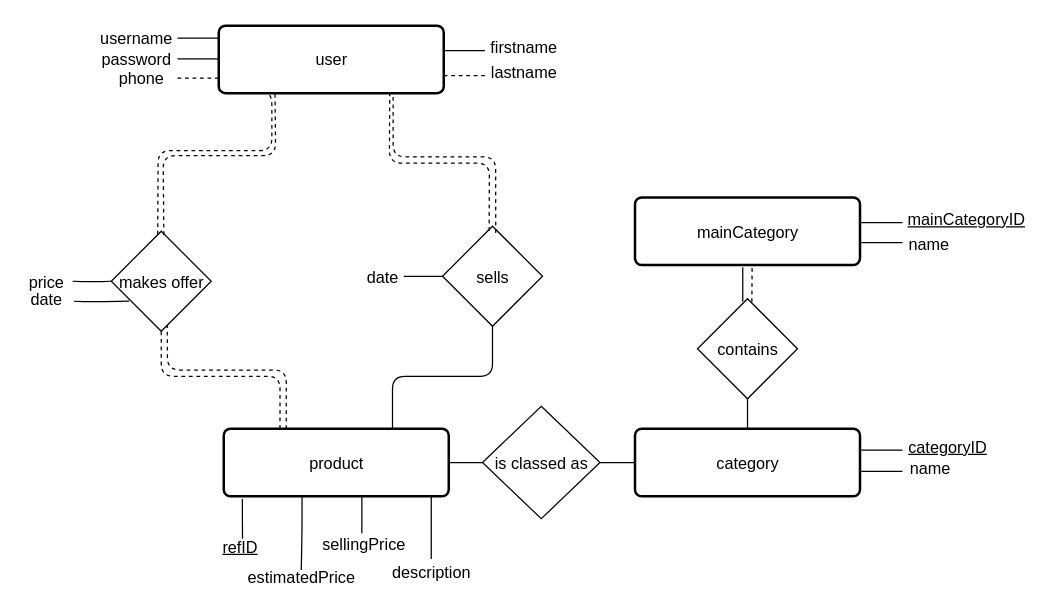
This is modeleEA/modeleEA.drawio from JonathanCaspar/Database-Project, a draw.io file, before an edit. Source tidied: cells renumbered, new cells numbered last; positions are measured from the earlier drawing's top-left corner, leaving out a move shared by most shapes. Both pictures are drawn from the tidied source at 125%, with x=0, y=0 at pixel (21, 25).
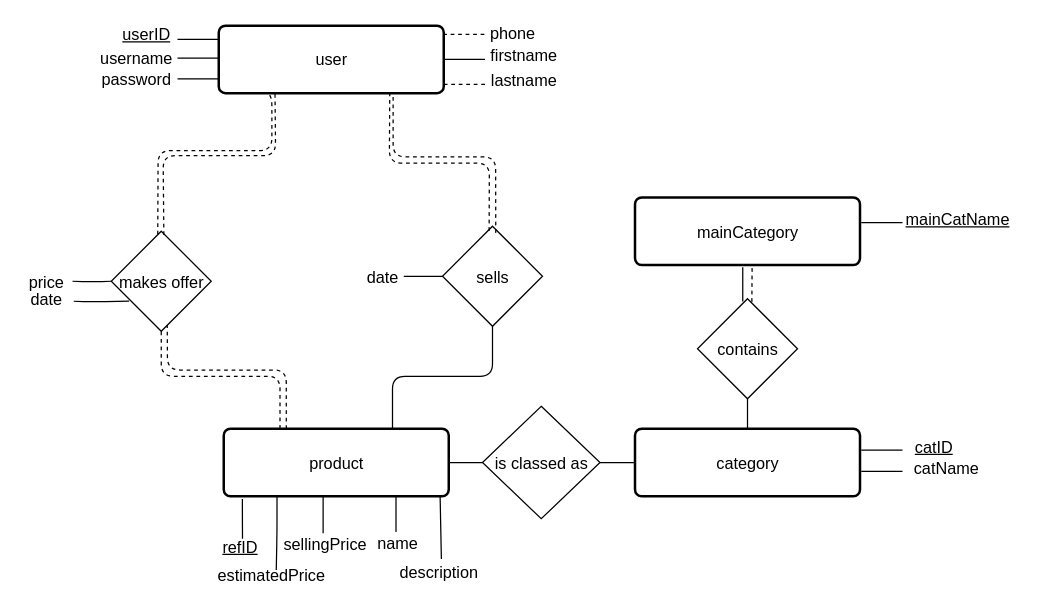
The same page after the edit.

The change refers to these unchanged cells:
```xml
<mxCell id="2" value="product&lt;br style=&quot;font-size: 13px;&quot;&gt;" style="strokeWidth=2;rounded=1;arcSize=10;whiteSpace=wrap;html=1;align=center;fontSize=13;" parent="1" vertex="1">
  <mxGeometry x="161.5" y="322.5" width="180" height="54" as="geometry" />
</mxCell>
```

Diff of the diagram source:
```diff
@@
     <mxCell id="6" style="endArrow=none;html=1;edgeStyle=orthogonalEdgeStyle;fontSize=13;fontColor=none;" parent="1" edge="1">
       <mxGeometry relative="1" as="geometry">
-        <mxPoint x="124.5" y="10" as="sourcePoint" />
-        <mxPoint x="157.5" y="10" as="targetPoint" />
+        <mxPoint x="124.5" y="26" as="sourcePoint" />
+        <mxPoint x="157.5" y="26" as="targetPoint" />
       </mxGeometry>
     </mxCell>
     <mxCell id="7" style="endArrow=none;html=1;edgeStyle=orthogonalEdgeStyle;fontSize=13;fontColor=none;" parent="1" edge="1">
       <mxGeometry relative="1" as="geometry">
-        <mxPoint x="124.5" y="26.5" as="sourcePoint" />
-        <mxPoint x="157.5" y="26.5" as="targetPoint" />
+        <mxPoint x="124.5" y="42.5" as="sourcePoint" />
+        <mxPoint x="157.5" y="42.5" as="targetPoint" />
       </mxGeometry>
     </mxCell>
     <mxCell id="8" style="endArrow=none;html=1;edgeStyle=orthogonalEdgeStyle;fontSize=13;fontColor=none;dashed=1;" parent="1" edge="1">
       <mxGeometry relative="1" as="geometry">
-        <mxPoint x="124.5" y="42" as="sourcePoint" />
-        <mxPoint x="157.5" y="42" as="targetPoint" />
+        <mxPoint x="337" y="7" as="sourcePoint" />
+        <mxPoint x="370" y="7" as="targetPoint" />
       </mxGeometry>
     </mxCell>
     <mxCell id="9" style="endArrow=none;html=1;edgeStyle=orthogonalEdgeStyle;fontSize=13;fontColor=none;" parent="1" edge="1">
       <mxGeometry relative="1" as="geometry">
-        <mxPoint x="337.5" y="20" as="sourcePoint" />
-        <mxPoint x="370.5" y="20" as="targetPoint" />
+        <mxPoint x="337.5" y="27" as="sourcePoint" />
+        <mxPoint x="370.5" y="27" as="targetPoint" />
       </mxGeometry>
     </mxCell>
     <mxCell id="10" style="endArrow=none;html=1;edgeStyle=orthogonalEdgeStyle;fontSize=13;fontColor=none;dashed=1;" parent="1" edge="1">
       <mxGeometry relative="1" as="geometry">
-        <mxPoint x="337.5" y="40" as="sourcePoint" />
-        <mxPoint x="370.5" y="40" as="targetPoint" />
+        <mxPoint x="337.5" y="47" as="sourcePoint" />
+        <mxPoint x="370.5" y="47" as="targetPoint" />
       </mxGeometry>
     </mxCell>
     <mxCell id="11" value="username" style="text;html=1;strokeColor=none;fillColor=none;align=center;verticalAlign=middle;whiteSpace=wrap;rounded=0;fontSize=13;fontColor=none;" parent="1" vertex="1">
-      <mxGeometry x="71.5" y="0.2" width="40" height="20" as="geometry" />
+      <mxGeometry x="71.5" y="16.2" width="40" height="20" as="geometry" />
     </mxCell>
     <mxCell id="12" value="password" style="text;html=1;strokeColor=none;fillColor=none;align=center;verticalAlign=middle;whiteSpace=wrap;rounded=0;fontSize=13;fontColor=none;" parent="1" vertex="1">
-      <mxGeometry x="71.5" y="17.2" width="40" height="20" as="geometry" />
+      <mxGeometry x="71.5" y="33.2" width="40" height="20" as="geometry" />
     </mxCell>
     <mxCell id="13" value="phone" style="text;html=1;strokeColor=none;fillColor=none;align=center;verticalAlign=middle;whiteSpace=wrap;rounded=0;fontSize=13;fontColor=none;" parent="1" vertex="1">
-      <mxGeometry x="75.5" y="32.2" width="40" height="20" as="geometry" />
+      <mxGeometry x="372.5" y="-3.8" width="40" height="20" as="geometry" />
     </mxCell>
     <mxCell id="14" value="firstname" style="text;html=1;strokeColor=none;fillColor=none;align=center;verticalAlign=middle;whiteSpace=wrap;rounded=0;fontSize=13;fontColor=none;" parent="1" vertex="1">
-      <mxGeometry x="381.5" y="7.2" width="40" height="20" as="geometry" />
+      <mxGeometry x="381.5" y="14.2" width="40" height="20" as="geometry" />
     </mxCell>
     <mxCell id="15" value="lastname" style="text;html=1;strokeColor=none;fillColor=none;align=center;verticalAlign=middle;whiteSpace=wrap;rounded=0;fontSize=13;fontColor=none;" parent="1" vertex="1">
-      <mxGeometry x="381.5" y="27.2" width="40" height="20" as="geometry" />
+      <mxGeometry x="381.5" y="34.2" width="40" height="20" as="geometry" />
     </mxCell>
@@
-    <mxCell id="28" value="mainCategoryID" style="text;html=1;strokeColor=none;fillColor=none;align=center;verticalAlign=middle;whiteSpace=wrap;rounded=0;fontSize=13;fontColor=none;fontStyle=4;" parent="1" vertex="1">
-      <mxGeometry x="735.5" y="144.7" width="40" height="20" as="geometry" />
+    <mxCell id="28" value="mainCatName" style="text;html=1;strokeColor=none;fillColor=none;align=center;verticalAlign=middle;whiteSpace=wrap;rounded=0;fontSize=13;fontColor=none;fontStyle=4;" parent="1" vertex="1">
+      <mxGeometry x="729" y="144.7" width="40" height="20" as="geometry" />
     </mxCell>
-    <mxCell id="29" style="endArrow=none;html=1;edgeStyle=orthogonalEdgeStyle;fontSize=13;fontColor=none;" parent="1" edge="1">
-      <mxGeometry relative="1" as="geometry">
-        <mxPoint x="671.5" y="173.5" as="sourcePoint" />
-        <mxPoint x="704.5" y="173.5" as="targetPoint" />
-      </mxGeometry>
-    </mxCell>
-    <mxCell id="30" value="name" style="text;html=1;strokeColor=none;fillColor=none;align=center;verticalAlign=middle;whiteSpace=wrap;rounded=0;fontSize=13;fontColor=none;fontStyle=0;" parent="1" vertex="1">
-      <mxGeometry x="706" y="164.7" width="40" height="20" as="geometry" />
-    </mxCell>
@@
-    <mxCell id="32" value="categoryID" style="text;html=1;strokeColor=none;fillColor=none;align=center;verticalAlign=middle;whiteSpace=wrap;rounded=0;fontSize=13;fontColor=none;fontStyle=4;" parent="1" vertex="1">
-      <mxGeometry x="720.5" y="326.7" width="40" height="20" as="geometry" />
+    <mxCell id="32" value="catID" style="text;html=1;strokeColor=none;fillColor=none;align=center;verticalAlign=middle;whiteSpace=wrap;rounded=0;fontSize=13;fontColor=none;fontStyle=4;" parent="1" vertex="1">
+      <mxGeometry x="710" y="326.7" width="40" height="20" as="geometry" />
     </mxCell>
@@
-    <mxCell id="34" value="name" style="text;html=1;strokeColor=none;fillColor=none;align=center;verticalAlign=middle;whiteSpace=wrap;rounded=0;fontSize=13;fontColor=none;fontStyle=0;" parent="1" vertex="1">
-      <mxGeometry x="706.5" y="343.7" width="40" height="20" as="geometry" />
+    <mxCell id="34" value="catName" style="text;html=1;strokeColor=none;fillColor=none;align=center;verticalAlign=middle;whiteSpace=wrap;rounded=0;fontSize=13;fontColor=none;fontStyle=0;" parent="1" vertex="1">
+      <mxGeometry x="720" y="343.7" width="40" height="20" as="geometry" />
     </mxCell>
@@
-    <mxCell id="37" style="endArrow=none;html=1;edgeStyle=orthogonalEdgeStyle;fontSize=13;fontColor=none;exitX=0.348;exitY=1.006;exitDx=0;exitDy=0;exitPerimeter=0;" parent="1" edge="1" source="2">
+    <mxCell id="37" style="endArrow=none;html=1;edgeStyle=orthogonalEdgeStyle;fontSize=13;fontColor=none;exitX=0.348;exitY=1.006;exitDx=0;exitDy=0;exitPerimeter=0;" parent="1" edge="1">
       <mxGeometry relative="1" as="geometry">
-        <mxPoint x="223.5" y="435.5" as="targetPoint" />
+        <mxPoint x="204.1" y="377" as="sourcePoint" />
+        <mxPoint x="203.5" y="435.5" as="targetPoint" />
+        <Array as="points">
+          <mxPoint x="204" y="406" />
+          <mxPoint x="204" y="406" />
+        </Array>
       </mxGeometry>
     </mxCell>
     <mxCell id="38" value="&lt;span style=&quot;font-size: 13px;&quot;&gt;estimatedPrice&lt;/span&gt;" style="text;html=1;strokeColor=none;fillColor=none;align=center;verticalAlign=middle;whiteSpace=wrap;rounded=0;fontSize=13;fontColor=none;fontStyle=0;" parent="1" vertex="1">
-      <mxGeometry x="203.5" y="430.7" width="40" height="20" as="geometry" />
+      <mxGeometry x="180" y="430.2" width="40" height="20" as="geometry" />
     </mxCell>
     <mxCell id="39" style="endArrow=none;html=1;edgeStyle=orthogonalEdgeStyle;fontSize=13;fontColor=none;" parent="1" edge="1">
       <mxGeometry relative="1" as="geometry">
-        <mxPoint x="272" y="377" as="sourcePoint" />
-        <mxPoint x="272" y="406" as="targetPoint" />
+        <mxPoint x="241" y="377" as="sourcePoint" />
+        <mxPoint x="241" y="406" as="targetPoint" />
         <Array as="points">
-          <mxPoint x="272" y="400" />
-          <mxPoint x="272" y="400" />
+          <mxPoint x="241" y="400" />
+          <mxPoint x="241" y="400" />
         </Array>
       </mxGeometry>
     </mxCell>
     <mxCell id="40" value="&lt;span style=&quot;font-size: 13px;&quot;&gt;sellingPrice&lt;/span&gt;" style="text;html=1;strokeColor=none;fillColor=none;align=center;verticalAlign=middle;whiteSpace=wrap;rounded=0;fontSize=13;fontColor=none;fontStyle=0;" parent="1" vertex="1">
-      <mxGeometry x="254" y="404.7" width="40" height="20" as="geometry" />
+      <mxGeometry x="223" y="404.7" width="40" height="20" as="geometry" />
     </mxCell>
@@
-    <mxCell id="52" style="endArrow=none;html=1;edgeStyle=orthogonalEdgeStyle;fontSize=13;fontColor=none;entryX=0.5;entryY=0;entryDx=0;entryDy=0;" parent="1" edge="1" target="53">
+    <mxCell id="52" style="endArrow=none;html=1;edgeStyle=orthogonalEdgeStyle;fontSize=13;fontColor=none;entryX=0.5;entryY=0;entryDx=0;entryDy=0;" parent="1" edge="1">
       <mxGeometry relative="1" as="geometry">
-        <mxPoint x="326.6" y="376.8" as="sourcePoint" />
+        <mxPoint x="334.6" y="376.8" as="sourcePoint" />
+        <mxPoint x="335.6" y="426.7" as="targetPoint" />
         <Array as="points">
-          <mxPoint x="327" y="426" />
+          <mxPoint x="335" y="426" />
         </Array>
       </mxGeometry>
     </mxCell>
     <mxCell id="53" value="&lt;span style=&quot;font-size: 13px&quot;&gt;description&lt;/span&gt;" style="text;html=1;strokeColor=none;fillColor=none;align=center;verticalAlign=middle;whiteSpace=wrap;rounded=0;fontSize=13;fontColor=none;fontStyle=0;" parent="1" vertex="1">
-      <mxGeometry x="307.5" y="426.7" width="40" height="20" as="geometry" />
+      <mxGeometry x="313.5" y="426.7" width="40" height="20" as="geometry" />
     </mxCell>
+    <mxCell id="54" style="endArrow=none;html=1;edgeStyle=orthogonalEdgeStyle;fontSize=13;fontColor=none;" parent="1" edge="1">
+      <mxGeometry relative="1" as="geometry">
+        <mxPoint x="299.3" y="376" as="sourcePoint" />
+        <mxPoint x="299.3" y="405.1" as="targetPoint" />
+        <Array as="points">
+          <mxPoint x="299" y="399" />
+          <mxPoint x="299" y="399" />
+        </Array>
+      </mxGeometry>
+    </mxCell>
+    <mxCell id="30" value="&lt;span style=&quot;font-size: 13px&quot;&gt;name&lt;/span&gt;" style="text;html=1;strokeColor=none;fillColor=none;align=center;verticalAlign=middle;whiteSpace=wrap;rounded=0;fontSize=13;fontColor=none;fontStyle=0;" parent="1" vertex="1">
+      <mxGeometry x="281" y="403.7" width="40" height="20" as="geometry" />
+    </mxCell>
+    <mxCell id="55" style="endArrow=none;html=1;edgeStyle=orthogonalEdgeStyle;fontSize=13;fontColor=none;" parent="1" edge="1">
+      <mxGeometry relative="1" as="geometry">
+        <mxPoint x="124.5" y="11" as="sourcePoint" />
+        <mxPoint x="157.5" y="11" as="targetPoint" />
+      </mxGeometry>
+    </mxCell>
+    <mxCell id="56" value="userID" style="text;html=1;strokeColor=none;fillColor=none;align=center;verticalAlign=middle;whiteSpace=wrap;rounded=0;fontSize=13;fontColor=none;fontStyle=4;" parent="1" vertex="1">
+      <mxGeometry x="80" y="-2.8" width="40" height="20" as="geometry" />
+    </mxCell>
```
